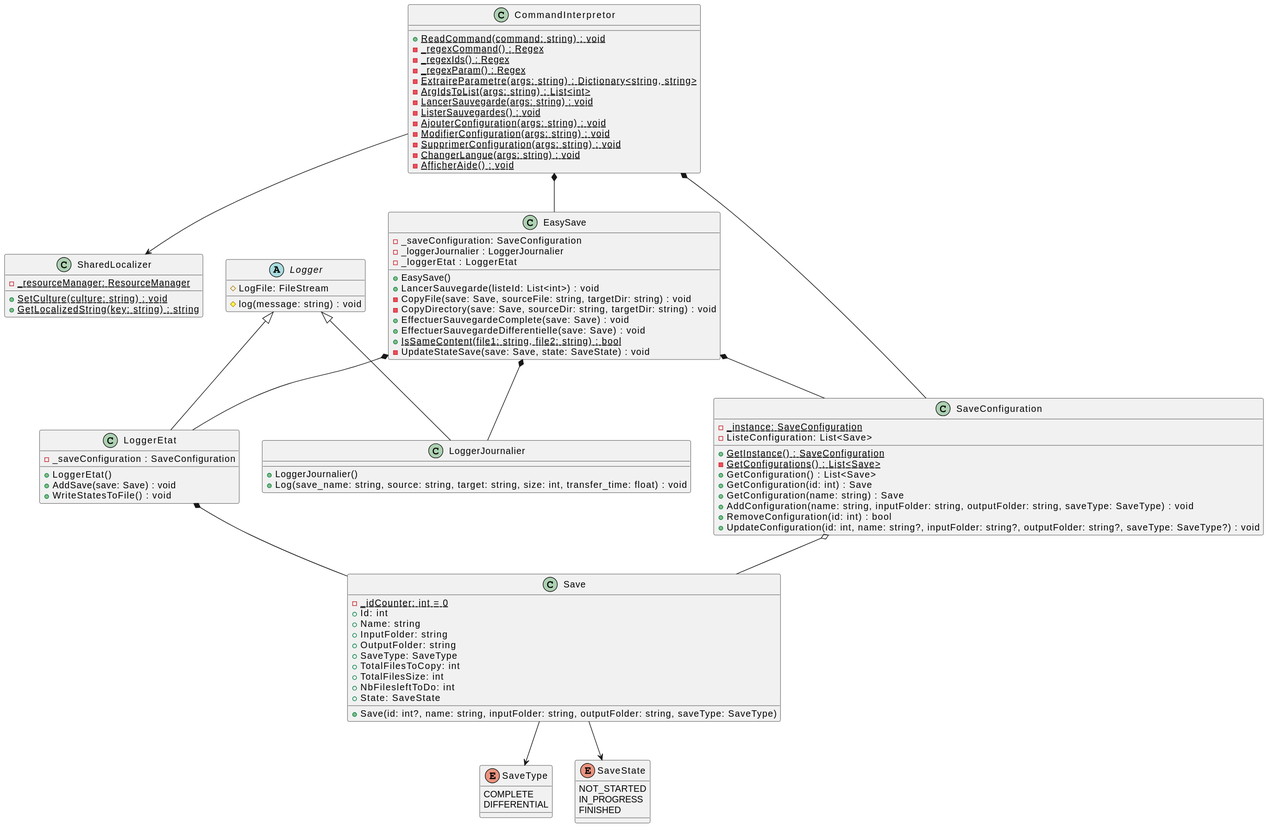
This is UML/output/ClassDiagram.svg from Melvin-Menanteau/EasySave, a PlantUML export, as it was before one commit.
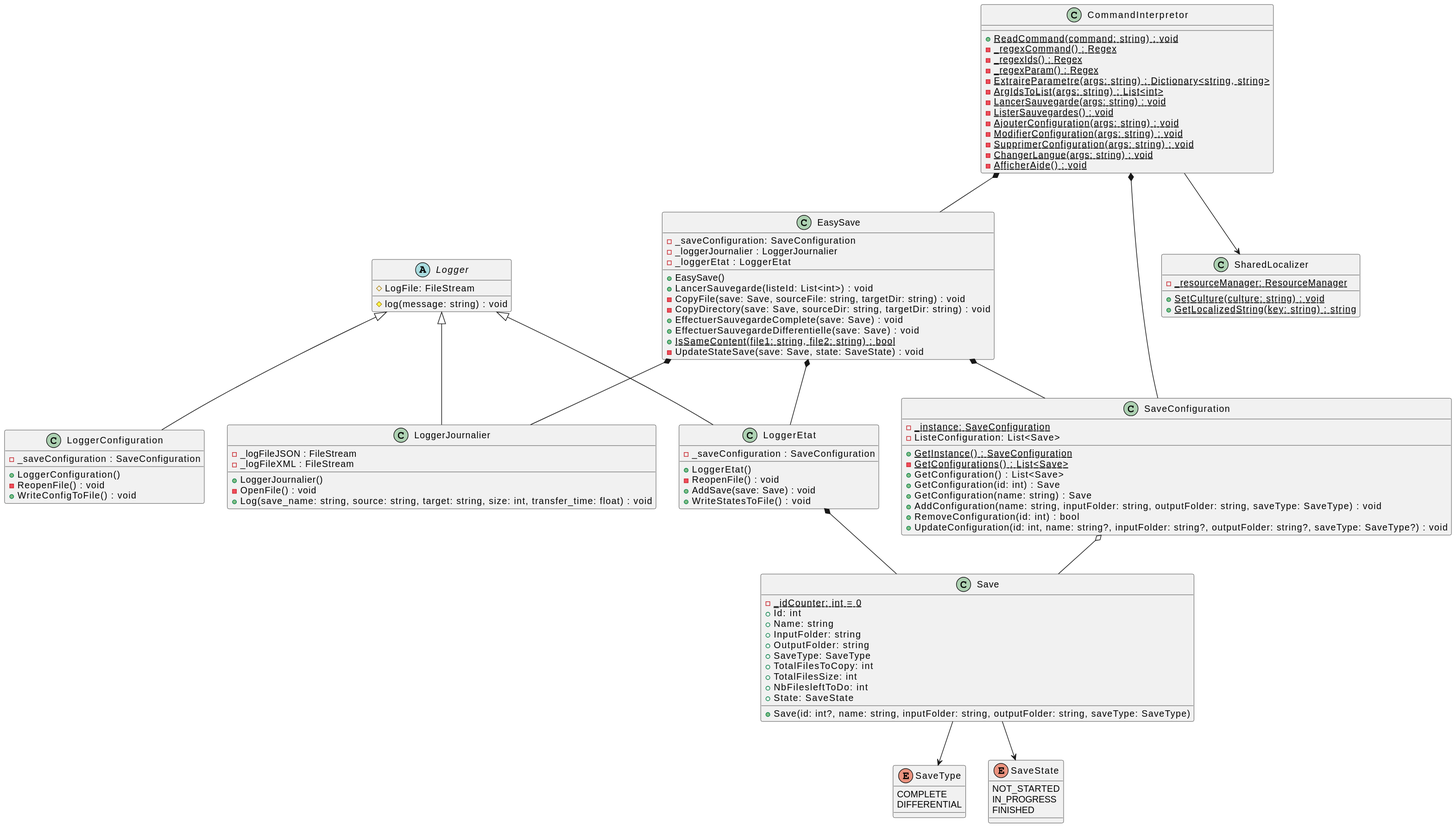
Later version of the same file.

Change to the diagram source:
```diff
@@ -6,7 +6,10 @@
 
 Logger <|-- LoggerJournalier
 class LoggerJournalier {
+	-_logFileJSON : FileStream
+	-_logFileXML : FileStream
     +LoggerJournalier()
+	-OpenFile() : void
     +Log(save_name: string, source: string, target: string, size: int, transfer_time: float) : void
 }
 
@@ -15,8 +18,17 @@
 class LoggerEtat {
     -_saveConfiguration : SaveConfiguration
     +LoggerEtat()
+	-ReopenFile() : void
     +AddSave(save: Save) : void
     +WriteStatesToFile() : void
+}
+
+Logger <|-- LoggerConfiguration
+class LoggerConfiguration {
+	-_saveConfiguration : SaveConfiguration
+	+LoggerConfiguration()
+	-ReopenFile() : void
+	+WriteConfigToFile() : void
 }
 
 EasySave *-- SaveConfiguration
```
